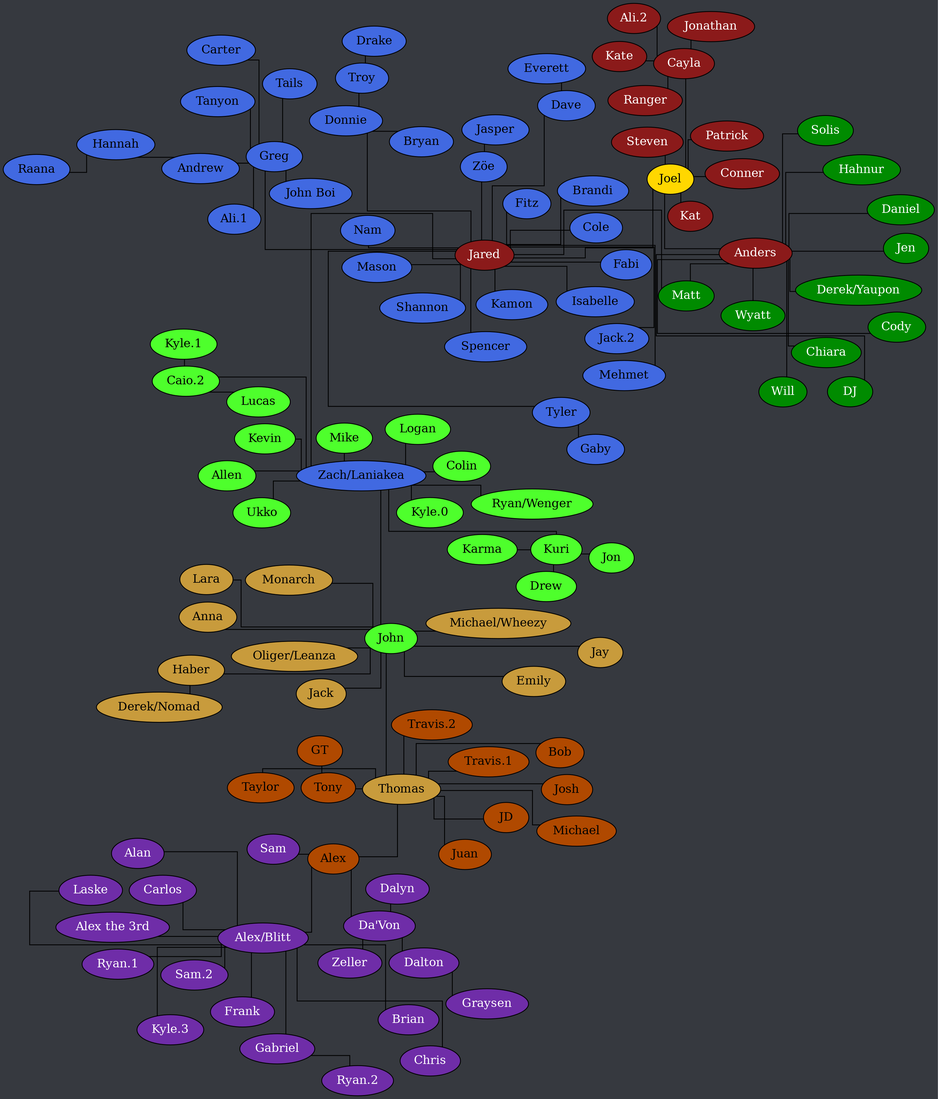
Earlier version of the Graphviz export tree.png (Documidas/CoronaCatzFamilyTree). Its source is kept beside it as tree.dot.
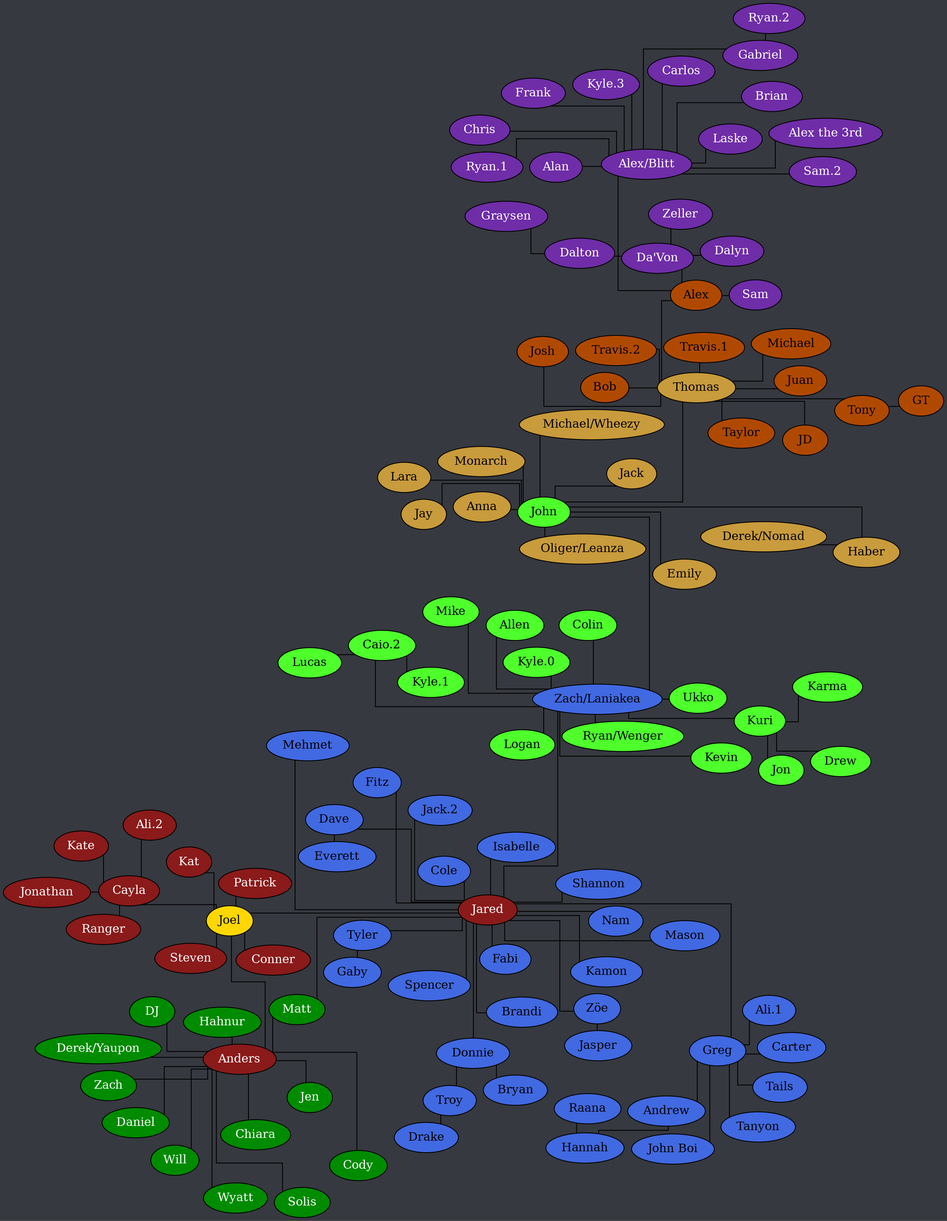
Above is the later version.

Commit message:
Add a Zach added by Anders

Diff of the diagram source:
```diff
@@ -42,6 +42,7 @@
 		Anders -- Solis;
 		Anders -- Will;
 		Anders -- Wyatt;
+		Anders -- Zach;
 	}
 
 	subgraph "Jared" {
```
